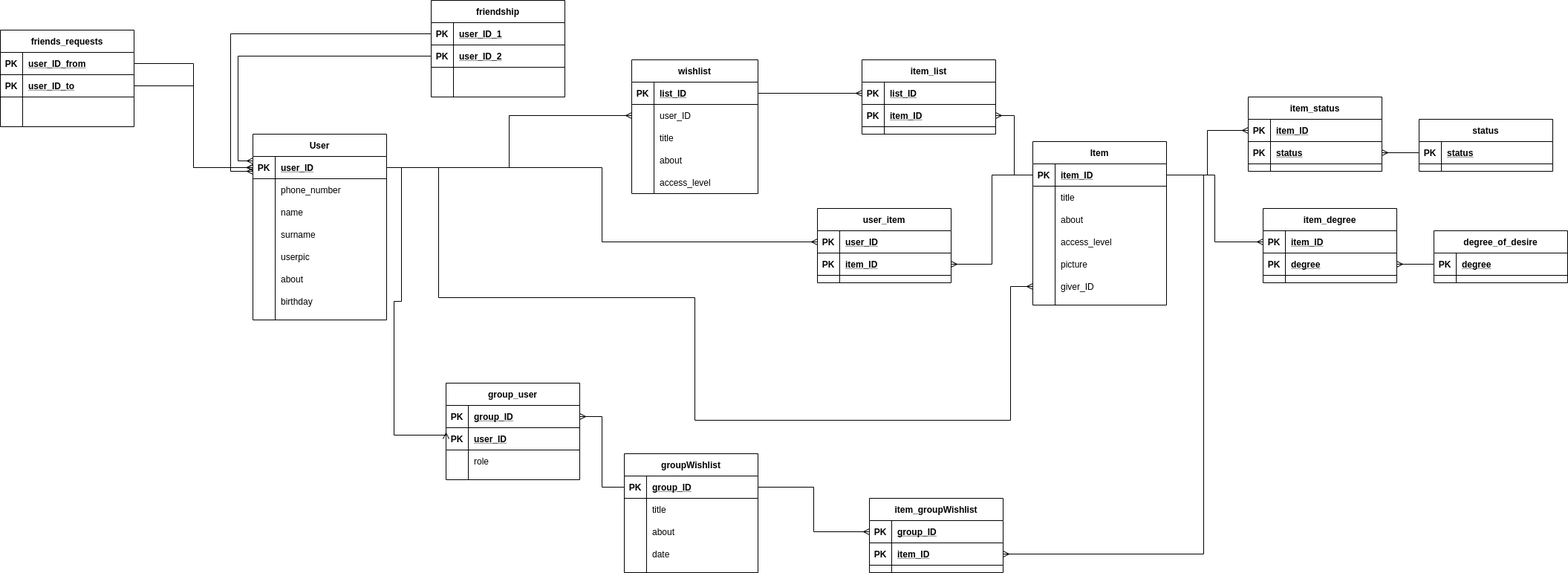
Before: DB_wishlist.png, a diagram exported from draw.io (johuex/wishlist_rest). Source tidied: cells renumbered, new cells last; positions are measured from the earlier drawing's top-left corner, leaving out a move shared by most shapes.
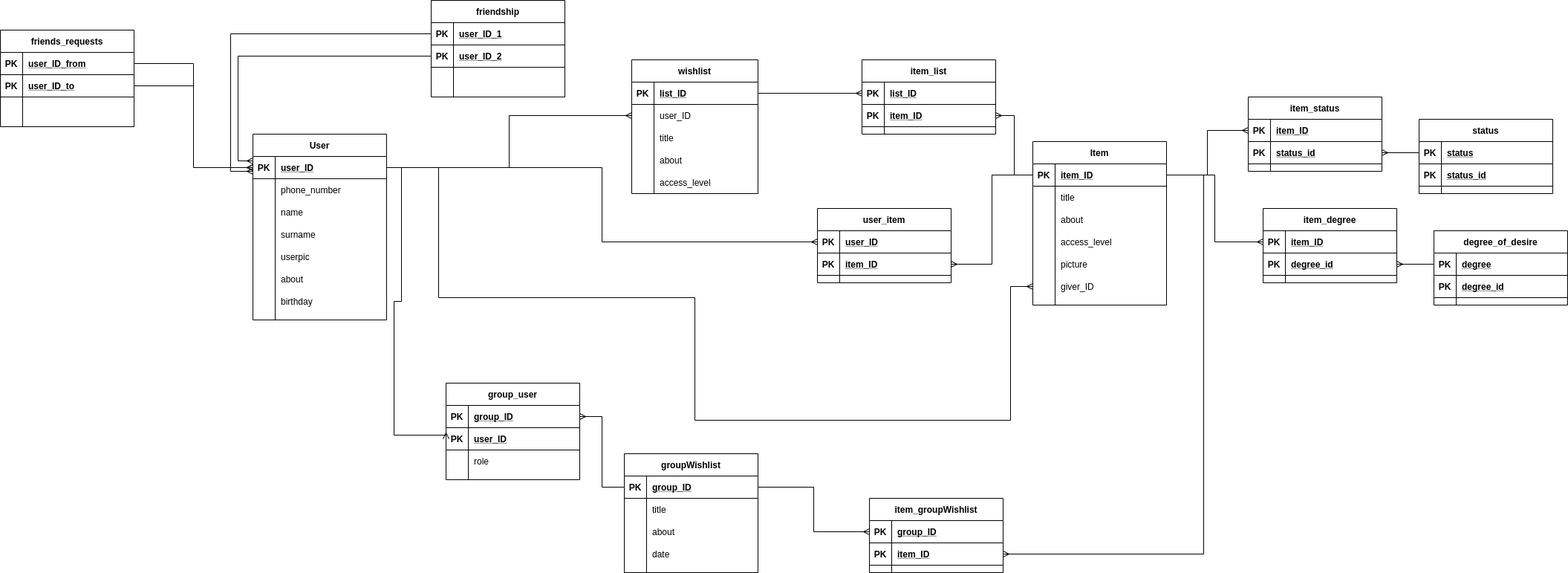
The same diagram one commit later.

What changed in the source:
```diff
@@ -401,11 +401,11 @@
     <mxCell id="125" value="PK" style="shape=partialRectangle;fillColor=none;top=0;left=0;bottom=0;right=0;fontStyle=1;overflow=hidden;" parent="124" vertex="1">
       <mxGeometry width="30" height="30" as="geometry" />
     </mxCell>
-    <mxCell id="126" value="status" style="shape=partialRectangle;fillColor=none;top=0;left=0;bottom=0;right=0;align=left;spacingLeft=6;fontStyle=5;overflow=hidden;" parent="124" vertex="1">
+    <mxCell id="126" value="status_id" style="shape=partialRectangle;fillColor=none;top=0;left=0;bottom=0;right=0;align=left;spacingLeft=6;fontStyle=5;overflow=hidden;" parent="124" vertex="1">
       <mxGeometry x="30" width="150" height="30" as="geometry" />
     </mxCell>
     <mxCell id="127" value="status" style="shape=table;startSize=30;rowLines=0;fontStyle=1;align=center;" parent="1" vertex="1">
-      <mxGeometry x="1910" y="160" width="180" height="70" as="geometry" />
+      <mxGeometry x="1910" y="160" width="180" height="100" as="geometry" />
     </mxCell>
     <mxCell id="128" style="shape=partialRectangle;fillColor=none;top=0;left=0;bottom=1;right=0;points=[[0,0.5],[1,0.5]];portConstraint=eastwest;" parent="127" vertex="1">
       <mxGeometry y="30" width="180" height="30" as="geometry" />
@@ -416,6 +416,15 @@
     <mxCell id="130" value="status" style="shape=partialRectangle;fillColor=none;top=0;left=0;bottom=0;right=0;align=left;spacingLeft=6;fontStyle=5;overflow=hidden;" parent="128" vertex="1">
       <mxGeometry x="30" width="150" height="30" as="geometry" />
     </mxCell>
+    <mxCell id="163" style="shape=partialRectangle;fillColor=none;top=0;left=0;bottom=1;right=0;" parent="127" vertex="1">
+      <mxGeometry y="60" width="180" height="30" as="geometry" />
+    </mxCell>
+    <mxCell id="164" value="PK" style="shape=partialRectangle;fillColor=none;top=0;left=0;bottom=0;right=0;fontStyle=1;overflow=hidden;" parent="163" vertex="1">
+      <mxGeometry width="30" height="30" as="geometry" />
+    </mxCell>
+    <mxCell id="165" value="status_id" style="shape=partialRectangle;fillColor=none;top=0;left=0;bottom=0;right=0;align=left;spacingLeft=6;fontStyle=5;overflow=hidden;" parent="163" vertex="1">
+      <mxGeometry x="30" width="150" height="30" as="geometry" />
+    </mxCell>
     <mxCell id="131" value="item_degree" style="shape=table;startSize=30;rowLines=0;fontStyle=1;align=center;" parent="1" vertex="1">
       <mxGeometry x="1700" y="280" width="180" height="100" as="geometry" />
     </mxCell>
@@ -434,11 +443,11 @@
     <mxCell id="136" value="PK" style="shape=partialRectangle;fillColor=none;top=0;left=0;bottom=0;right=0;fontStyle=1;overflow=hidden;" parent="135" vertex="1">
       <mxGeometry width="30" height="30" as="geometry" />
     </mxCell>
-    <mxCell id="137" value="degree" style="shape=partialRectangle;fillColor=none;top=0;left=0;bottom=0;right=0;align=left;spacingLeft=6;fontStyle=5;overflow=hidden;" parent="135" vertex="1">
+    <mxCell id="137" value="degree_id" style="shape=partialRectangle;fillColor=none;top=0;left=0;bottom=0;right=0;align=left;spacingLeft=6;fontStyle=5;overflow=hidden;" parent="135" vertex="1">
       <mxGeometry x="30" width="150" height="30" as="geometry" />
     </mxCell>
     <mxCell id="138" value="degree_of_desire" style="shape=table;startSize=30;rowLines=0;fontStyle=1;align=center;" parent="1" vertex="1">
-      <mxGeometry x="1930" y="310" width="180" height="70" as="geometry" />
+      <mxGeometry x="1930" y="310" width="180" height="100" as="geometry" />
     </mxCell>
     <mxCell id="139" style="shape=partialRectangle;fillColor=none;top=0;left=0;bottom=1;right=0;points=[[0,0.5],[1,0.5]];portConstraint=eastwest;" parent="138" vertex="1">
       <mxGeometry y="30" width="180" height="30" as="geometry" />
@@ -449,6 +458,15 @@
     <mxCell id="141" value="degree" style="shape=partialRectangle;fillColor=none;top=0;left=0;bottom=0;right=0;align=left;spacingLeft=6;fontStyle=5;overflow=hidden;" parent="139" vertex="1">
       <mxGeometry x="30" width="150" height="30" as="geometry" />
     </mxCell>
+    <mxCell id="166" style="shape=partialRectangle;fillColor=none;top=0;left=0;bottom=1;right=0;" parent="138" vertex="1">
+      <mxGeometry y="60" width="180" height="30" as="geometry" />
+    </mxCell>
+    <mxCell id="167" value="PK" style="shape=partialRectangle;fillColor=none;top=0;left=0;bottom=0;right=0;fontStyle=1;overflow=hidden;" parent="166" vertex="1">
+      <mxGeometry width="30" height="30" as="geometry" />
+    </mxCell>
+    <mxCell id="168" value="degree_id" style="shape=partialRectangle;fillColor=none;top=0;left=0;bottom=0;right=0;align=left;spacingLeft=6;fontStyle=5;overflow=hidden;" parent="166" vertex="1">
+      <mxGeometry x="30" width="150" height="30" as="geometry" />
+    </mxCell>
     <mxCell id="142" value="user_item" style="shape=table;startSize=30;rowLines=0;fontStyle=1;align=center;" parent="1" vertex="1">
       <mxGeometry x="1100" y="280" width="180" height="100" as="geometry" />
     </mxCell>
```
